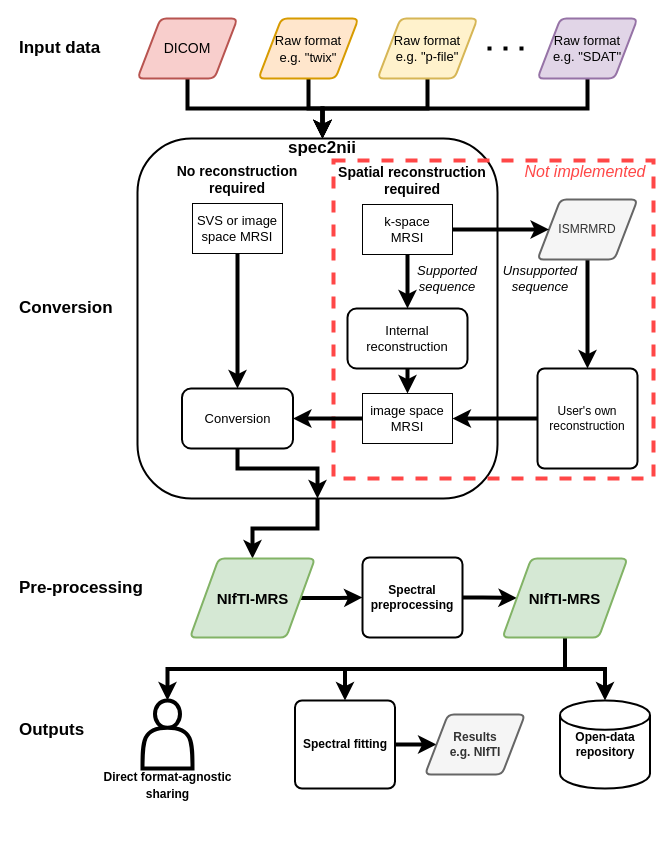
Before: publication/figures/figure3.drawio in wtclarke/mrs_nifti_standard, a draw.io diagram. Source tidied: cells renumbered, new cells numbered last; positions are measured from the earlier drawing's top-left corner, leaving out a move shared by most shapes. Both pictures are drawn from the tidied source at 100%, with x=0, y=0 at pixel (17, 18).
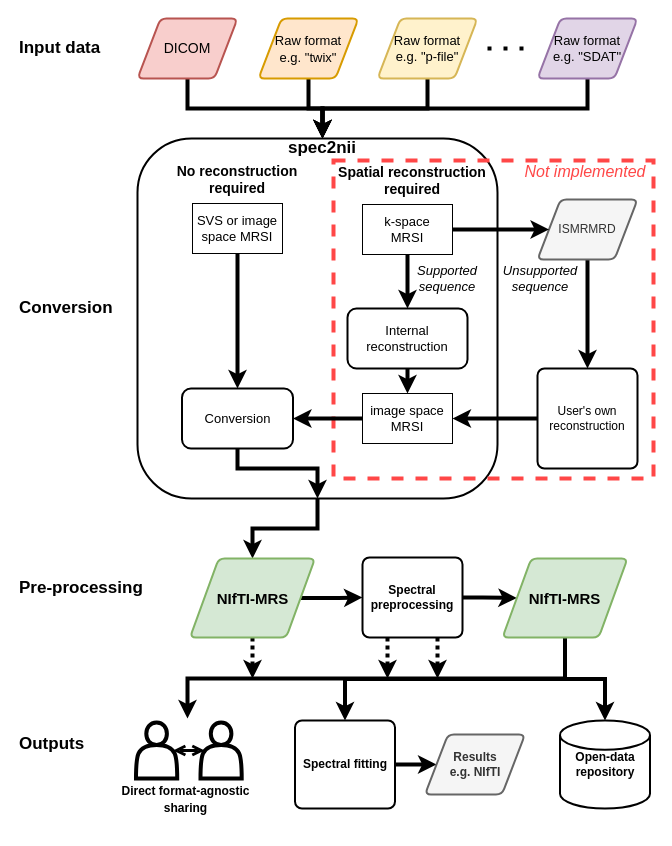
The same page after the edit.

The change refers to these unchanged cells:
```xml
<mxCell id="15" value="&lt;b&gt;Spectral preprocessing&lt;/b&gt;" style="rounded=1;whiteSpace=wrap;html=1;absoluteArcSize=1;arcSize=14;strokeWidth=2;" parent="1" vertex="1">
  <mxGeometry x="345" y="539" width="100" height="80" as="geometry" />
</mxCell>
<mxCell id="17" value="&lt;b&gt;&lt;font style=&quot;font-size: 15px&quot;&gt;NIfTI-MRS&lt;/font&gt;&lt;/b&gt;" style="shape=parallelogram;html=1;strokeWidth=2;perimeter=parallelogramPerimeter;whiteSpace=wrap;rounded=1;arcSize=12;size=0.23;fillColor=#d5e8d4;strokeColor=#82b366;" parent="1" vertex="1">
  <mxGeometry x="172.5" y="540" width="125" height="79" as="geometry" />
</mxCell>
<mxCell id="23" value="&lt;b&gt;&lt;font style=&quot;font-size: 15px&quot;&gt;NIfTI-MRS&lt;/font&gt;&lt;/b&gt;" style="shape=parallelogram;html=1;strokeWidth=2;perimeter=parallelogramPerimeter;whiteSpace=wrap;rounded=1;arcSize=12;size=0.23;fillColor=#d5e8d4;strokeColor=#82b366;" parent="1" vertex="1">
  <mxGeometry x="485" y="540" width="125" height="79" as="geometry" />
</mxCell>
```

What changed in the source:
```diff
@@
+    <mxCell id="53" style="edgeStyle=orthogonalEdgeStyle;rounded=0;jettySize=auto;html=1;exitX=0.25;exitY=1;exitDx=0;exitDy=0;dashed=1;startArrow=none;startFill=0;endArrow=classic;endFill=1;strokeWidth=4;dashPattern=1 1;" parent="1" edge="1" source="15">
+      <mxGeometry relative="1" as="geometry">
+        <mxPoint x="370" y="660" as="targetPoint" />
+      </mxGeometry>
+    </mxCell>
+    <mxCell id="54" style="edgeStyle=orthogonalEdgeStyle;rounded=0;jettySize=auto;html=1;exitX=0.75;exitY=1;exitDx=0;exitDy=0;dashed=1;startArrow=none;startFill=0;endArrow=classic;endFill=1;strokeWidth=4;dashPattern=1 1;" parent="1" edge="1" source="15">
+      <mxGeometry relative="1" as="geometry">
+        <mxPoint x="420" y="660" as="targetPoint" />
+      </mxGeometry>
+    </mxCell>
@@
+    <mxCell id="55" style="edgeStyle=orthogonalEdgeStyle;rounded=0;jettySize=auto;html=1;exitX=0.5;exitY=1;exitDx=0;exitDy=0;startArrow=none;startFill=0;endArrow=classic;endFill=1;strokeWidth=4;dashed=1;dashPattern=1 1;" parent="1" edge="1" source="17">
+      <mxGeometry relative="1" as="geometry">
+        <mxPoint x="235" y="660" as="targetPoint" />
+      </mxGeometry>
+    </mxCell>
@@
     <mxCell id="19" value="&lt;b&gt;Spectral fitting&lt;/b&gt;" style="rounded=1;whiteSpace=wrap;html=1;absoluteArcSize=1;arcSize=14;strokeWidth=2;" parent="1" vertex="1">
-      <mxGeometry x="277.5" y="682" width="100" height="88" as="geometry" />
+      <mxGeometry x="277.5" y="702" width="100" height="88" as="geometry" />
     </mxCell>
-    <mxCell id="20" style="edgeStyle=orthogonalEdgeStyle;rounded=0;jettySize=auto;html=1;exitX=0.5;exitY=1;exitDx=0;exitDy=0;entryX=0.5;entryY=0;entryDx=0;entryDy=0;strokeWidth=4;" parent="1" edge="1" source="23" target="31">
-      <mxGeometry relative="1" as="geometry" />
+    <mxCell id="20" style="edgeStyle=orthogonalEdgeStyle;rounded=0;jettySize=auto;html=1;exitX=0.5;exitY=1;exitDx=0;exitDy=0;strokeWidth=4;" parent="1" edge="1" source="23">
+      <mxGeometry relative="1" as="geometry">
+        <mxPoint x="170" y="700" as="targetPoint" />
+        <Array as="points">
+          <mxPoint x="548" y="660" />
+          <mxPoint x="170" y="660" />
+        </Array>
+      </mxGeometry>
     </mxCell>
@@
     <mxCell id="29" value="&lt;b&gt;Results&lt;br&gt;e.g. NIfTI&lt;/b&gt;" style="shape=parallelogram;html=1;strokeWidth=2;perimeter=parallelogramPerimeter;whiteSpace=wrap;rounded=1;arcSize=12;size=0.23;fillColor=#f5f5f5;strokeColor=#666666;fontColor=#333333;" parent="1" vertex="1">
-      <mxGeometry x="407.5" y="696" width="100" height="60" as="geometry" />
+      <mxGeometry x="407.5" y="716" width="100" height="60" as="geometry" />
     </mxCell>
     <mxCell id="30" value="&lt;b&gt;Open-data repository&lt;/b&gt;" style="strokeWidth=2;html=1;shape=mxgraph.flowchart.database;whiteSpace=wrap;align=center;" parent="1" vertex="1">
-      <mxGeometry x="542.5" y="682" width="90" height="88" as="geometry" />
+      <mxGeometry x="542.5" y="702" width="90" height="88" as="geometry" />
     </mxCell>
-    <mxCell id="31" style="shape=actor;whiteSpace=wrap;html=1;strokeWidth=4;align=left;" parent="1" vertex="1">
-      <mxGeometry x="125" y="682" width="50" height="68" as="geometry" />
-    </mxCell>
     <mxCell id="32" value="&lt;h3&gt;&lt;font style=&quot;font-size: 12px&quot;&gt;Direct format-agnostic sharing&lt;/font&gt;&lt;/h3&gt;" style="text;html=1;strokeColor=none;fillColor=none;align=center;verticalAlign=middle;whiteSpace=wrap;rounded=0;dashed=1;" parent="1" vertex="1">
-      <mxGeometry x="77.5" y="756" width="145" height="20" as="geometry" />
+      <mxGeometry x="96" y="770" width="145" height="20" as="geometry" />
     </mxCell>
@@
     <mxCell id="40" value="&lt;h3&gt;&lt;span style=&quot;font-size: 17px&quot;&gt;Outputs&lt;/span&gt;&lt;/h3&gt;" style="text;html=1;strokeColor=none;fillColor=none;align=left;verticalAlign=middle;whiteSpace=wrap;rounded=0;dashed=1;fontSize=14;" parent="1" vertex="1">
-      <mxGeometry y="702" width="110" height="20" as="geometry" />
+      <mxGeometry y="716" width="110" height="20" as="geometry" />
     </mxCell>
@@
+    <mxCell id="56" style="shape=actor;whiteSpace=wrap;html=1;strokeWidth=4;align=left;" parent="1" vertex="1">
+      <mxGeometry x="183" y="704" width="41.2" height="56" as="geometry" />
+    </mxCell>
+    <mxCell id="57" style="edgeStyle=orthogonalEdgeStyle;rounded=0;jettySize=auto;html=1;exitX=0.9;exitY=0.5;exitDx=0;exitDy=0;exitPerimeter=0;entryX=0.1;entryY=0.5;entryDx=0;entryDy=0;entryPerimeter=0;startArrow=open;startFill=0;strokeWidth=3;endArrow=open;endFill=0;" parent="1" edge="1" source="58" target="56">
+      <mxGeometry relative="1" as="geometry" />
+    </mxCell>
+    <mxCell id="58" style="shape=actor;whiteSpace=wrap;html=1;strokeWidth=4;align=left;" parent="1" vertex="1">
+      <mxGeometry x="118.5" y="704" width="41.2" height="56" as="geometry" />
+    </mxCell>
```
